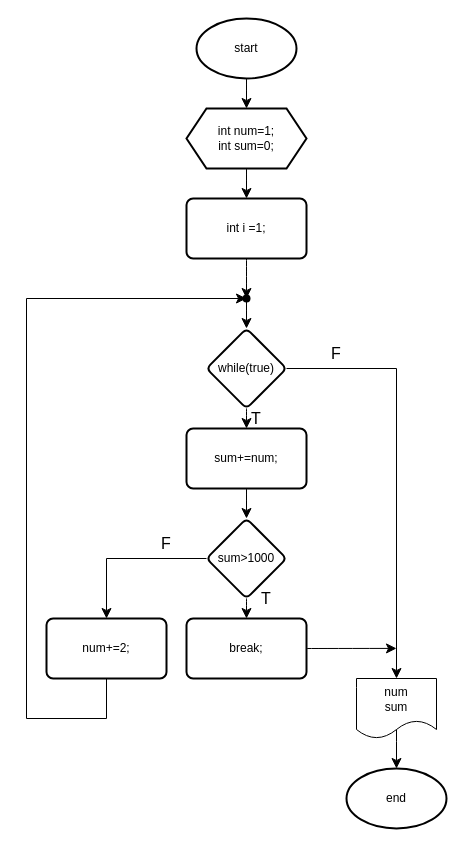
Earlier version of the draw.io diagram page "문제4" (6 of 9) of 03_java/20260227_yeodohyun/02_work/문제순서도.drawio (dhy257/acon_academy_yeodohyun). Source tidied: cells renumbered, new cells numbered last; positions are measured from the earlier drawing's top-left corner, leaving out a move shared by most shapes. Both pictures are drawn from the tidied source at 100%, with x=0, y=0 at pixel (26, 18).
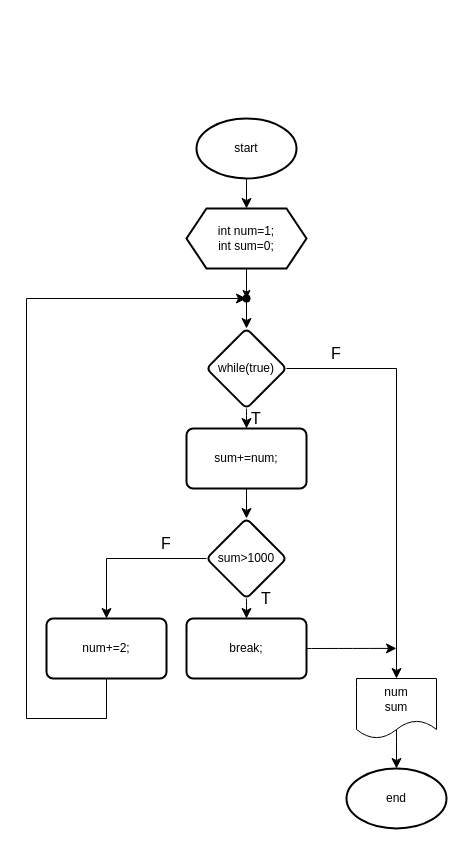
After the change.

The change refers to these unchanged cells:
```xml
<mxCell id="9" style="shape=waypoint;sketch=0;size=6;points=[];fillColor=default;perimeter=centerPerimeter;snapToPoint=1;strokeWidth=2;rounded=1;arcSize=11;" parent="1" vertex="1">
  <mxGeometry x="210" y="270" width="20" height="20" as="geometry" />
</mxCell>
```

What changed in the source:
```diff
@@
     <mxCell id="3" value="start" style="strokeWidth=2;html=1;shape=mxgraph.flowchart.start_1;whiteSpace=wrap;" parent="1" vertex="1">
-      <mxGeometry x="170" width="100" height="60" as="geometry" />
+      <mxGeometry x="170" y="100" width="100" height="60" as="geometry" />
     </mxCell>
-    <mxCell id="4" style="edgeStyle=none;curved=1;rounded=0;jettySize=auto;html=1;exitX=0.5;exitY=1;exitDx=0;exitDy=0;fontSize=12;startSize=8;endSize=8;entryX=0.5;entryY=0;entryDx=0;entryDy=0;" parent="1" edge="1" source="5" target="7">
-      <mxGeometry relative="1" as="geometry" />
-    </mxCell>
+    <mxCell id="29" style="edgeStyle=orthogonalEdgeStyle;rounded=0;jettySize=auto;html=1;exitX=0.5;exitY=1;exitDx=0;exitDy=0;" parent="1" edge="1" source="5" target="9">
+      <mxGeometry relative="1" as="geometry" />
+    </mxCell>
     <mxCell id="5" value="int num=1;&lt;div&gt;int sum=0;&lt;/div&gt;" style="shape=hexagon;perimeter=hexagonPerimeter2;whiteSpace=wrap;html=1;fixedSize=1;strokeWidth=2;" parent="1" vertex="1">
-      <mxGeometry x="160" y="90" width="120" height="60" as="geometry" />
+      <mxGeometry x="160" y="190" width="120" height="60" as="geometry" />
     </mxCell>
-    <mxCell id="6" style="edgeStyle=none;curved=1;rounded=0;jettySize=auto;html=1;fontSize=12;startSize=8;endSize=8;" parent="1" edge="1" source="7" target="9">
-      <mxGeometry relative="1" as="geometry" />
-    </mxCell>
-    <mxCell id="7" value="int i =1;" style="whiteSpace=wrap;html=1;strokeWidth=2;rounded=1;arcSize=11;" parent="1" vertex="1">
-      <mxGeometry x="160" y="180" width="120" height="60" as="geometry" />
-    </mxCell>
```
